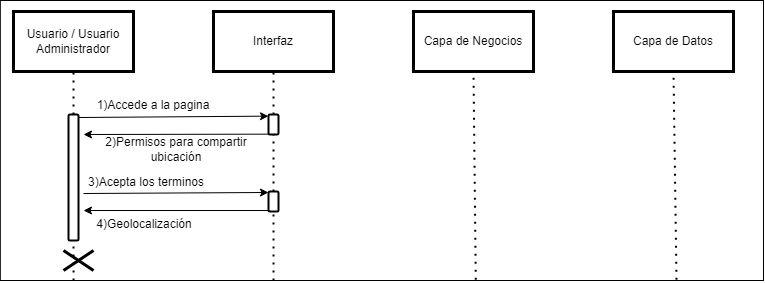
SoyElMato1/Grupo4-GreenMarket keeps this draw.io diagram as Fase 1/Evidencias Grupales/Diagramas/4) Diagrama de secuencia/16)Sec_Geolocalizacion.drawio.png. Above is the earlier version. Source tidied: cells renumbered, new cells last; positions are measured from the earlier drawing's top-left corner, leaving out a move shared by most shapes. Its diagram source:
```xml
<mxGraphModel>
  <root>
    <mxCell id="0" />
    <mxCell id="1" parent="0" />
    <mxCell id="2" style="rounded=0;whiteSpace=wrap;html=1;" parent="1" vertex="1">
      <mxGeometry x="-0.2" width="763.2" height="280" as="geometry" />
    </mxCell>
    <mxCell id="3" value="Usuario / Usuario Administrador" style="rounded=0;whiteSpace=wrap;html=1;shadow=0;strokeColor=#000000;fillColor=#FFFFFF;glass=0;gradientColor=none;fillStyle=auto;strokeWidth=3;" parent="1" vertex="1">
      <mxGeometry x="13" y="11" width="120" height="60" as="geometry" />
    </mxCell>
    <mxCell id="4" value="Interfaz" style="rounded=0;whiteSpace=wrap;html=1;shadow=0;strokeColor=#000000;fillColor=#FFFFFF;glass=0;gradientColor=none;fillStyle=auto;strokeWidth=3;" parent="1" vertex="1">
      <mxGeometry x="213" y="11" width="120" height="60" as="geometry" />
    </mxCell>
    <mxCell id="5" value="Capa de Negocios" style="rounded=0;whiteSpace=wrap;html=1;shadow=0;strokeColor=#000000;fillColor=#FFFFFF;glass=0;gradientColor=none;fillStyle=auto;strokeWidth=3;" parent="1" vertex="1">
      <mxGeometry x="413" y="11" width="120" height="60" as="geometry" />
    </mxCell>
    <mxCell id="6" value="Capa de Datos" style="rounded=0;whiteSpace=wrap;html=1;shadow=0;strokeColor=#000000;fillColor=#FFFFFF;glass=0;gradientColor=none;fillStyle=auto;strokeWidth=3;" parent="1" vertex="1">
      <mxGeometry x="613" y="11" width="120" height="60" as="geometry" />
    </mxCell>
    <mxCell id="7" style="endArrow=none;dashed=1;html=1;dashPattern=1 3;strokeWidth=2;rounded=0;entryX=0.5;entryY=1;entryDx=0;entryDy=0;startArrow=none;" parent="1" edge="1" source="23" target="3">
      <mxGeometry relative="1" as="geometry" />
    </mxCell>
    <mxCell id="8" style="endArrow=none;dashed=1;html=1;dashPattern=1 3;strokeWidth=2;rounded=0;entryX=0.5;entryY=1;entryDx=0;entryDy=0;startArrow=none;" parent="1" edge="1" source="12" target="4">
      <mxGeometry relative="1" as="geometry" />
    </mxCell>
    <mxCell id="9" style="endArrow=none;dashed=1;html=1;dashPattern=1 3;strokeWidth=2;rounded=0;entryX=0.5;entryY=1;entryDx=0;entryDy=0;startArrow=none;exitX=0.623;exitY=0.997;exitDx=0;exitDy=0;exitPerimeter=0;" parent="1" edge="1" source="2" target="5">
      <mxGeometry relative="1" as="geometry" />
    </mxCell>
    <mxCell id="10" style="endArrow=none;dashed=1;html=1;dashPattern=1 3;strokeWidth=2;rounded=0;entryX=0.5;entryY=1;entryDx=0;entryDy=0;startArrow=none;exitX=0.886;exitY=0.997;exitDx=0;exitDy=0;exitPerimeter=0;" parent="1" edge="1" source="2" target="6">
      <mxGeometry relative="1" as="geometry" />
    </mxCell>
    <mxCell id="11" style="endArrow=none;dashed=1;html=1;dashPattern=1 3;strokeWidth=2;rounded=0;entryX=0.5;entryY=1;entryDx=0;entryDy=0;startArrow=none;" parent="1" edge="1" source="18" target="12">
      <mxGeometry relative="1" as="geometry" />
    </mxCell>
    <mxCell id="12" style="html=1;points=[];perimeter=orthogonalPerimeter;rounded=1;shadow=0;glass=0;fillStyle=auto;strokeColor=#000000;strokeWidth=2;fillColor=#FFFFFF;gradientColor=none;sketch=0;" parent="1" vertex="1">
      <mxGeometry x="268" y="114" width="10" height="20" as="geometry" />
    </mxCell>
    <mxCell id="13" style="endArrow=classic;html=1;rounded=0;exitX=0.867;exitY=0.004;exitDx=0;exitDy=0;exitPerimeter=0;entryX=0;entryY=0.083;entryDx=0;entryDy=0;entryPerimeter=0;" parent="1" edge="1" target="12">
      <mxGeometry relative="1" as="geometry">
        <mxPoint x="77" y="117" as="sourcePoint" />
      </mxGeometry>
    </mxCell>
    <mxCell id="14" value="1)Accede a la pagina" style="text;html=1;align=center;verticalAlign=middle;whiteSpace=wrap;rounded=0;" parent="1" vertex="1">
      <mxGeometry x="93" y="95" width="120" height="19" as="geometry" />
    </mxCell>
    <mxCell id="15" style="endArrow=classic;html=1;rounded=0;exitX=0;exitY=0.983;exitDx=0;exitDy=0;exitPerimeter=0;" parent="1" edge="1" source="12">
      <mxGeometry relative="1" as="geometry">
        <mxPoint x="83" y="134" as="targetPoint" />
      </mxGeometry>
    </mxCell>
    <mxCell id="16" value="2)Permisos para compartir ubicación" style="text;html=1;align=center;verticalAlign=middle;whiteSpace=wrap;rounded=0;" parent="1" vertex="1">
      <mxGeometry x="84.5" y="136" width="181.5" height="26" as="geometry" />
    </mxCell>
    <mxCell id="17" style="endArrow=none;dashed=1;html=1;dashPattern=1 3;strokeWidth=2;rounded=0;entryX=0.5;entryY=1;entryDx=0;entryDy=0;startArrow=none;exitX=0.358;exitY=1;exitDx=0;exitDy=0;exitPerimeter=0;" parent="1" edge="1" source="2" target="18">
      <mxGeometry relative="1" as="geometry" />
    </mxCell>
    <mxCell id="18" style="html=1;points=[];perimeter=orthogonalPerimeter;rounded=1;shadow=0;glass=0;fillStyle=auto;strokeColor=#000000;strokeWidth=2;fillColor=#FFFFFF;gradientColor=none;sketch=0;" parent="1" vertex="1">
      <mxGeometry x="268" y="191" width="10" height="20" as="geometry" />
    </mxCell>
    <mxCell id="19" style="endArrow=classic;html=1;rounded=0;entryX=0;entryY=0.05;entryDx=0;entryDy=0;entryPerimeter=0;" parent="1" edge="1" target="18">
      <mxGeometry relative="1" as="geometry">
        <mxPoint x="83" y="193" as="sourcePoint" />
      </mxGeometry>
    </mxCell>
    <mxCell id="20" value="3)Acepta los terminos" style="text;html=1;align=center;verticalAlign=middle;whiteSpace=wrap;rounded=0;" parent="1" vertex="1">
      <mxGeometry x="84.5" y="172" width="121.5" height="19" as="geometry" />
    </mxCell>
    <mxCell id="21" style="endArrow=classic;html=1;rounded=0;exitX=0.067;exitY=0.95;exitDx=0;exitDy=0;exitPerimeter=0;" parent="1" edge="1" source="18">
      <mxGeometry relative="1" as="geometry">
        <mxPoint x="83" y="210" as="targetPoint" />
      </mxGeometry>
    </mxCell>
    <mxCell id="22" style="endArrow=none;dashed=1;html=1;dashPattern=1 3;strokeWidth=2;rounded=0;entryX=0.5;entryY=1;entryDx=0;entryDy=0;startArrow=none;exitX=0.096;exitY=1;exitDx=0;exitDy=0;exitPerimeter=0;" parent="1" edge="1" source="2" target="23">
      <mxGeometry relative="1" as="geometry" />
    </mxCell>
    <mxCell id="23" style="html=1;points=[];perimeter=orthogonalPerimeter;rounded=1;shadow=0;glass=0;fillStyle=auto;strokeColor=#000000;strokeWidth=2;fillColor=#FFFFFF;gradientColor=none;sketch=0;" parent="1" vertex="1">
      <mxGeometry x="68" y="114" width="10" height="126" as="geometry" />
    </mxCell>
    <mxCell id="24" style="shape=umlDestroy;whiteSpace=wrap;html=1;strokeWidth=3;targetShapes=umlLifeline;" parent="1" vertex="1">
      <mxGeometry x="63" y="250" width="30" height="20" as="geometry" />
    </mxCell>
    <mxCell id="25" value="4)Geolocalización" style="text;html=1;align=center;verticalAlign=middle;whiteSpace=wrap;rounded=0;" parent="1" vertex="1">
      <mxGeometry x="94.4" y="214" width="100" height="19" as="geometry" />
    </mxCell>
  </root>
</mxGraphModel>
```
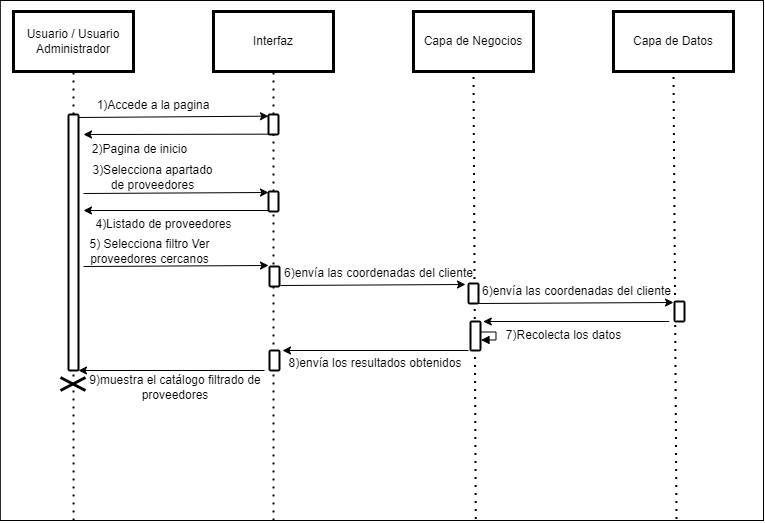
After the commit.

The edit, as a diff of the source:
```diff
@@ -3,7 +3,7 @@
     <mxCell id="0" />
     <mxCell id="1" parent="0" />
     <mxCell id="2" style="rounded=0;whiteSpace=wrap;html=1;" parent="1" vertex="1">
-      <mxGeometry x="-0.2" width="763.2" height="280" as="geometry" />
+      <mxGeometry x="-0.2" width="763.2" height="520" as="geometry" />
     </mxCell>
     <mxCell id="3" value="Usuario / Usuario Administrador" style="rounded=0;whiteSpace=wrap;html=1;shadow=0;strokeColor=#000000;fillColor=#FFFFFF;glass=0;gradientColor=none;fillStyle=auto;strokeWidth=3;" parent="1" vertex="1">
       <mxGeometry x="13" y="11" width="120" height="60" as="geometry" />
@@ -48,8 +48,8 @@
         <mxPoint x="83" y="134" as="targetPoint" />
       </mxGeometry>
     </mxCell>
-    <mxCell id="16" value="2)Permisos para compartir ubicación" style="text;html=1;align=center;verticalAlign=middle;whiteSpace=wrap;rounded=0;" parent="1" vertex="1">
-      <mxGeometry x="84.5" y="136" width="181.5" height="26" as="geometry" />
+    <mxCell id="16" value="2)Pagina de inicio" style="text;html=1;align=center;verticalAlign=middle;whiteSpace=wrap;rounded=0;" parent="1" vertex="1">
+      <mxGeometry x="84.5" y="136" width="108.5" height="26" as="geometry" />
     </mxCell>
     <mxCell id="17" style="endArrow=none;dashed=1;html=1;dashPattern=1 3;strokeWidth=2;rounded=0;entryX=0.5;entryY=1;entryDx=0;entryDy=0;startArrow=none;exitX=0.358;exitY=1;exitDx=0;exitDy=0;exitPerimeter=0;" parent="1" edge="1" source="2" target="18">
       <mxGeometry relative="1" as="geometry" />
@@ -62,8 +62,8 @@
         <mxPoint x="83" y="193" as="sourcePoint" />
       </mxGeometry>
     </mxCell>
-    <mxCell id="20" value="3)Acepta los terminos" style="text;html=1;align=center;verticalAlign=middle;whiteSpace=wrap;rounded=0;" parent="1" vertex="1">
-      <mxGeometry x="84.5" y="172" width="121.5" height="19" as="geometry" />
+    <mxCell id="20" value="3)Selecciona apartado de proveedores" style="text;html=1;align=center;verticalAlign=middle;whiteSpace=wrap;rounded=0;" parent="1" vertex="1">
+      <mxGeometry x="86.5" y="167" width="130.5" height="19" as="geometry" />
     </mxCell>
     <mxCell id="21" style="endArrow=classic;html=1;rounded=0;exitX=0.067;exitY=0.95;exitDx=0;exitDy=0;exitPerimeter=0;" parent="1" edge="1" source="18">
       <mxGeometry relative="1" as="geometry">
@@ -74,13 +74,92 @@
       <mxGeometry relative="1" as="geometry" />
     </mxCell>
     <mxCell id="23" style="html=1;points=[];perimeter=orthogonalPerimeter;rounded=1;shadow=0;glass=0;fillStyle=auto;strokeColor=#000000;strokeWidth=2;fillColor=#FFFFFF;gradientColor=none;sketch=0;" parent="1" vertex="1">
-      <mxGeometry x="68" y="114" width="10" height="126" as="geometry" />
+      <mxGeometry x="68" y="114" width="10" height="256" as="geometry" />
     </mxCell>
     <mxCell id="24" style="shape=umlDestroy;whiteSpace=wrap;html=1;strokeWidth=3;targetShapes=umlLifeline;" parent="1" vertex="1">
-      <mxGeometry x="63" y="250" width="30" height="20" as="geometry" />
+      <mxGeometry x="60" y="377" width="25" height="13" as="geometry" />
     </mxCell>
-    <mxCell id="25" value="4)Geolocalización" style="text;html=1;align=center;verticalAlign=middle;whiteSpace=wrap;rounded=0;" parent="1" vertex="1">
-      <mxGeometry x="94.4" y="214" width="100" height="19" as="geometry" />
+    <mxCell id="25" value="4)Listado de proveedores" style="text;html=1;align=center;verticalAlign=middle;whiteSpace=wrap;rounded=0;" parent="1" vertex="1">
+      <mxGeometry x="94.4" y="214" width="138.6" height="19" as="geometry" />
     </mxCell>
+    <mxCell id="26" style="endArrow=classic;html=1;rounded=0;entryX=0;entryY=0.05;entryDx=0;entryDy=0;entryPerimeter=0;" parent="1" edge="1">
+      <mxGeometry relative="1" as="geometry">
+        <mxPoint x="83" y="266" as="sourcePoint" />
+        <mxPoint x="268" y="265" as="targetPoint" />
+      </mxGeometry>
+    </mxCell>
+    <mxCell id="27" value="5) Selecciona filtro&amp;nbsp;Ver proveedores cercanos" style="text;html=1;align=center;verticalAlign=middle;whiteSpace=wrap;rounded=0;" parent="1" vertex="1">
+      <mxGeometry x="86.5" y="241" width="126.5" height="19" as="geometry" />
+    </mxCell>
+    <mxCell id="28" style="html=1;perimeter=orthogonalPerimeter;rounded=1;shadow=0;glass=0;fillStyle=auto;strokeColor=#000000;strokeWidth=2;fillColor=#FFFFFF;gradientColor=none;sketch=0;" parent="1" vertex="1">
+      <mxGeometry x="269" y="266" width="10" height="20" as="geometry" />
+    </mxCell>
+    <mxCell id="29" style="endArrow=classic;html=1;rounded=0;entryX=0;entryY=0.05;entryDx=0;entryDy=0;entryPerimeter=0;" parent="1" edge="1">
+      <mxGeometry relative="1" as="geometry">
+        <mxPoint x="280" y="285" as="sourcePoint" />
+        <mxPoint x="465" y="284" as="targetPoint" />
+      </mxGeometry>
+    </mxCell>
+    <mxCell id="30" value="6)envía las coordenadas del cliente" style="text;html=1;align=center;verticalAlign=middle;whiteSpace=wrap;rounded=0;" parent="1" vertex="1">
+      <mxGeometry x="282.5" y="263" width="190.5" height="19" as="geometry" />
+    </mxCell>
+    <mxCell id="31" style="html=1;perimeter=orthogonalPerimeter;rounded=1;shadow=0;glass=0;fillStyle=auto;strokeColor=#000000;strokeWidth=2;fillColor=#FFFFFF;gradientColor=none;sketch=0;" parent="1" vertex="1">
+      <mxGeometry x="468" y="283" width="10" height="20" as="geometry" />
+    </mxCell>
+    <mxCell id="32" style="endArrow=classic;html=1;rounded=0;" parent="1" edge="1">
+      <mxGeometry relative="1" as="geometry">
+        <mxPoint x="478" y="303" as="sourcePoint" />
+        <mxPoint x="673" y="302" as="targetPoint" />
+      </mxGeometry>
+    </mxCell>
+    <mxCell id="33" value="6)envía las coordenadas del cliente" style="text;html=1;align=center;verticalAlign=middle;whiteSpace=wrap;rounded=0;" parent="1" vertex="1">
+      <mxGeometry x="480.5" y="281" width="190.5" height="19" as="geometry" />
+    </mxCell>
+    <mxCell id="34" style="html=1;perimeter=orthogonalPerimeter;rounded=1;shadow=0;glass=0;fillStyle=auto;strokeColor=#000000;strokeWidth=2;fillColor=#FFFFFF;gradientColor=none;sketch=0;" parent="1" vertex="1">
+      <mxGeometry x="674" y="301" width="10" height="20" as="geometry" />
+    </mxCell>
+    <mxCell id="35" style="html=1;perimeter=orthogonalPerimeter;rounded=1;shadow=0;glass=0;fillStyle=auto;strokeColor=#000000;strokeWidth=2;fillColor=#FFFFFF;gradientColor=none;sketch=0;" parent="1" vertex="1">
+      <mxGeometry x="470" y="321" width="10" height="29" as="geometry" />
+    </mxCell>
+    <mxCell id="36" style="endArrow=classic;html=1;rounded=0;exitX=0.067;exitY=0.95;exitDx=0;exitDy=0;exitPerimeter=0;" parent="1" edge="1">
+      <mxGeometry relative="1" as="geometry">
+        <mxPoint x="668.8" y="321" as="sourcePoint" />
+        <mxPoint x="482.8" y="321" as="targetPoint" />
+      </mxGeometry>
+    </mxCell>
+    <mxCell id="37" value="7)Recolecta los datos" style="text;html=1;align=center;verticalAlign=middle;whiteSpace=wrap;rounded=0;" parent="1" vertex="1">
+      <mxGeometry x="494.2" y="325" width="138.6" height="19" as="geometry" />
+    </mxCell>
+    <mxCell id="38" style="edgeStyle=orthogonalEdgeStyle;html=1;align=left;spacingLeft=2;endArrow=block;rounded=0;entryX=0.97;entryY=0.581;entryDx=0;entryDy=0;entryPerimeter=0;exitX=1.013;exitY=0.394;exitDx=0;exitDy=0;exitPerimeter=0;" parent="1" edge="1">
+      <mxGeometry relative="1" as="geometry">
+        <mxPoint x="480.5" y="331.5" as="sourcePoint" />
+        <mxPoint x="480.5" y="339.5" as="targetPoint" />
+        <Array as="points">
+          <mxPoint x="495.5" y="331.5" />
+          <mxPoint x="495.5" y="339.5" />
+        </Array>
+      </mxGeometry>
+    </mxCell>
+    <mxCell id="39" style="html=1;perimeter=orthogonalPerimeter;rounded=1;shadow=0;glass=0;fillStyle=auto;strokeColor=#000000;strokeWidth=2;fillColor=#FFFFFF;gradientColor=none;sketch=0;" parent="1" vertex="1">
+      <mxGeometry x="269" y="350" width="10" height="20" as="geometry" />
+    </mxCell>
+    <mxCell id="40" style="endArrow=classic;html=1;rounded=0;exitX=0.067;exitY=0.95;exitDx=0;exitDy=0;exitPerimeter=0;" parent="1" edge="1">
+      <mxGeometry relative="1" as="geometry">
+        <mxPoint x="468" y="350" as="sourcePoint" />
+        <mxPoint x="282" y="350" as="targetPoint" />
+      </mxGeometry>
+    </mxCell>
+    <mxCell id="41" value="8)envía los resultados obtenidos" style="text;html=1;align=center;verticalAlign=middle;whiteSpace=wrap;rounded=0;" parent="1" vertex="1">
+      <mxGeometry x="285.4" y="354" width="179.6" height="19" as="geometry" />
+    </mxCell>
+    <mxCell id="42" style="endArrow=classic;html=1;rounded=0;exitX=0.067;exitY=0.95;exitDx=0;exitDy=0;exitPerimeter=0;" parent="1" edge="1">
+      <mxGeometry relative="1" as="geometry">
+        <mxPoint x="264" y="370" as="sourcePoint" />
+        <mxPoint x="78" y="370" as="targetPoint" />
+      </mxGeometry>
+    </mxCell>
+    <mxCell id="43" value="9)muestra el catálogo filtrado de proveedores" style="text;html=1;align=center;verticalAlign=middle;whiteSpace=wrap;rounded=0;" parent="1" vertex="1">
+      <mxGeometry x="85.4" y="378" width="179.6" height="19" as="geometry" />
+    </mxCell>
   </root>
 </mxGraphModel>
```
